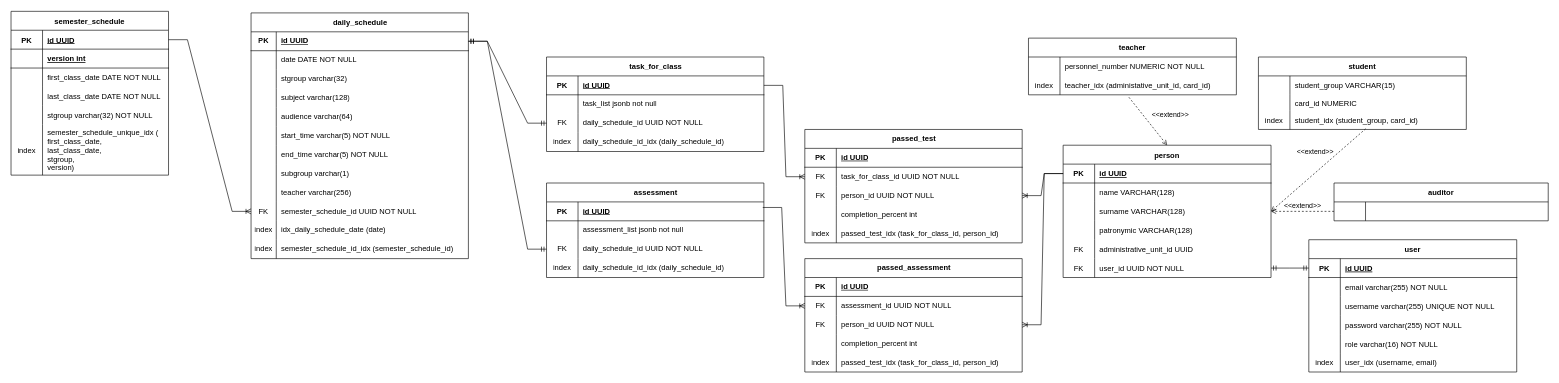
Before: page "Общая схема данных" (5 of 6) of authorization-service/Схема БД.drawio in Manysleeplover/rate-please-stankin, a draw.io diagram. Source tidied: cells renumbered, new cells numbered last; positions are measured from the earlier drawing's top-left corner, leaving out a move shared by most shapes. Both pictures are drawn from the tidied source at 63%, with x=0, y=0 at pixel (11, 11).
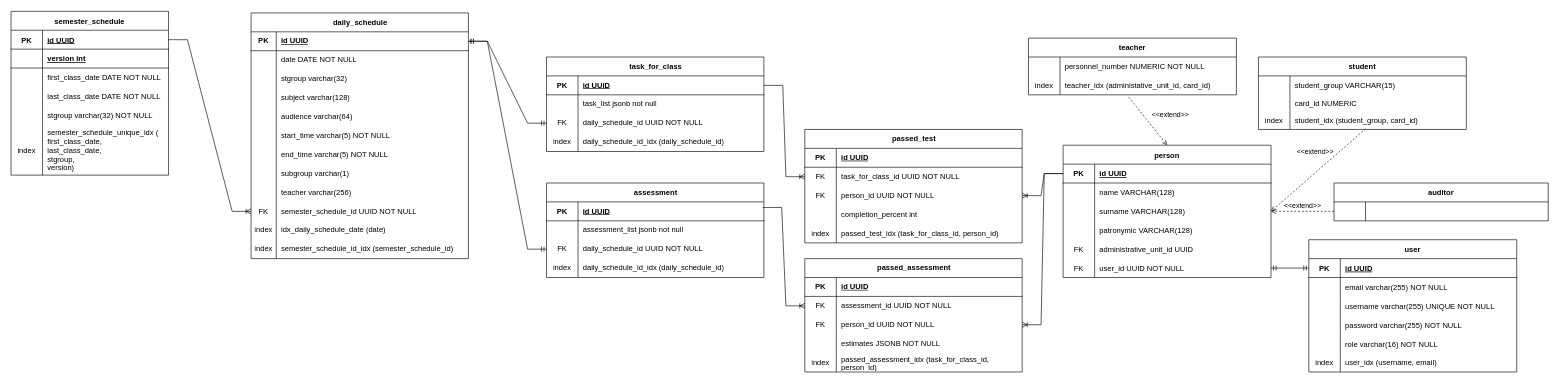
The same page after the edit.

The change refers to these unchanged cells:
```xml
<mxCell id="164" style="shape=tableRow;horizontal=0;startSize=0;swimlaneHead=0;swimlaneBody=0;fillColor=none;top=0;left=0;right=0;bottom=0;" parent="154" vertex="1">
  <mxGeometry y="120" width="345" height="30" as="geometry" />
</mxCell>
<mxCell id="167" style="shape=tableRow;horizontal=0;startSize=0;swimlaneHead=0;swimlaneBody=0;fillColor=none;top=0;left=0;right=0;bottom=0;" parent="154" vertex="1">
  <mxGeometry y="150" width="345" height="30" as="geometry" />
</mxCell>
```

Change to the diagram source:
```diff
@@
-    <mxCell id="166" value="comple&lt;span style=&quot;background-color: transparent; color: light-dark(rgb(0, 0, 0), rgb(255, 255, 255));&quot;&gt;tion_percent int&lt;/span&gt;" style="shape=partialRectangle;fillColor=none;top=0;left=0;bottom=0;right=0;align=left;spacingLeft=6;overflow=hidden;whiteSpace=wrap;html=1;" parent="164" vertex="1">
+    <mxCell id="166" value="estimates JSONB NOT NULL" style="shape=partialRectangle;fillColor=none;top=0;left=0;bottom=0;right=0;align=left;spacingLeft=6;overflow=hidden;whiteSpace=wrap;html=1;" parent="164" vertex="1">
       <mxGeometry x="50" width="295" height="30" as="geometry" />
     </mxCell>
@@
-    <mxCell id="169" value="passed_test_idx (task_for_class_id, person_id&lt;span style=&quot;background-color: transparent; color: light-dark(rgb(0, 0, 0), rgb(255, 255, 255));&quot;&gt;)&lt;/span&gt;" style="shape=partialRectangle;fillColor=none;top=0;left=0;bottom=0;right=0;align=left;spacingLeft=6;overflow=hidden;whiteSpace=wrap;html=1;" parent="167" vertex="1">
+    <mxCell id="169" value="passed_assessment_idx (task_for_class_id, person_id&lt;span style=&quot;background-color: transparent; color: light-dark(rgb(0, 0, 0), rgb(255, 255, 255));&quot;&gt;)&lt;/span&gt;" style="shape=partialRectangle;fillColor=none;top=0;left=0;bottom=0;right=0;align=left;spacingLeft=6;overflow=hidden;whiteSpace=wrap;html=1;" parent="167" vertex="1">
       <mxGeometry x="50" width="295" height="30" as="geometry" />
     </mxCell>
```
